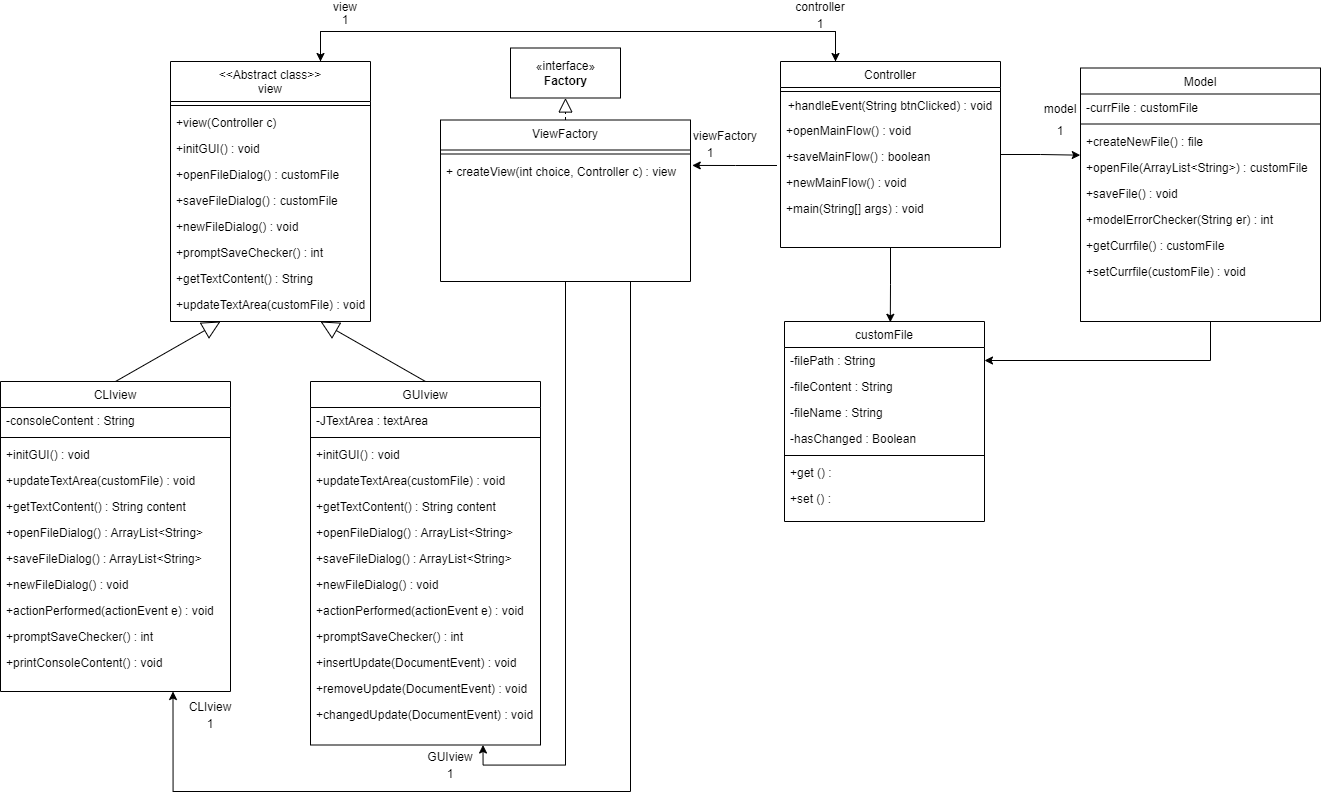
Johanced/2021-isgc08-Cederhag keeps this draw.io diagram as Laboration3/UML/design/classDiagram(Labb3).drawio.png. Above is the earlier version. Source tidied: cells renumbered, new cells last; positions are measured from the earlier drawing's top-left corner, leaving out a move shared by most shapes.
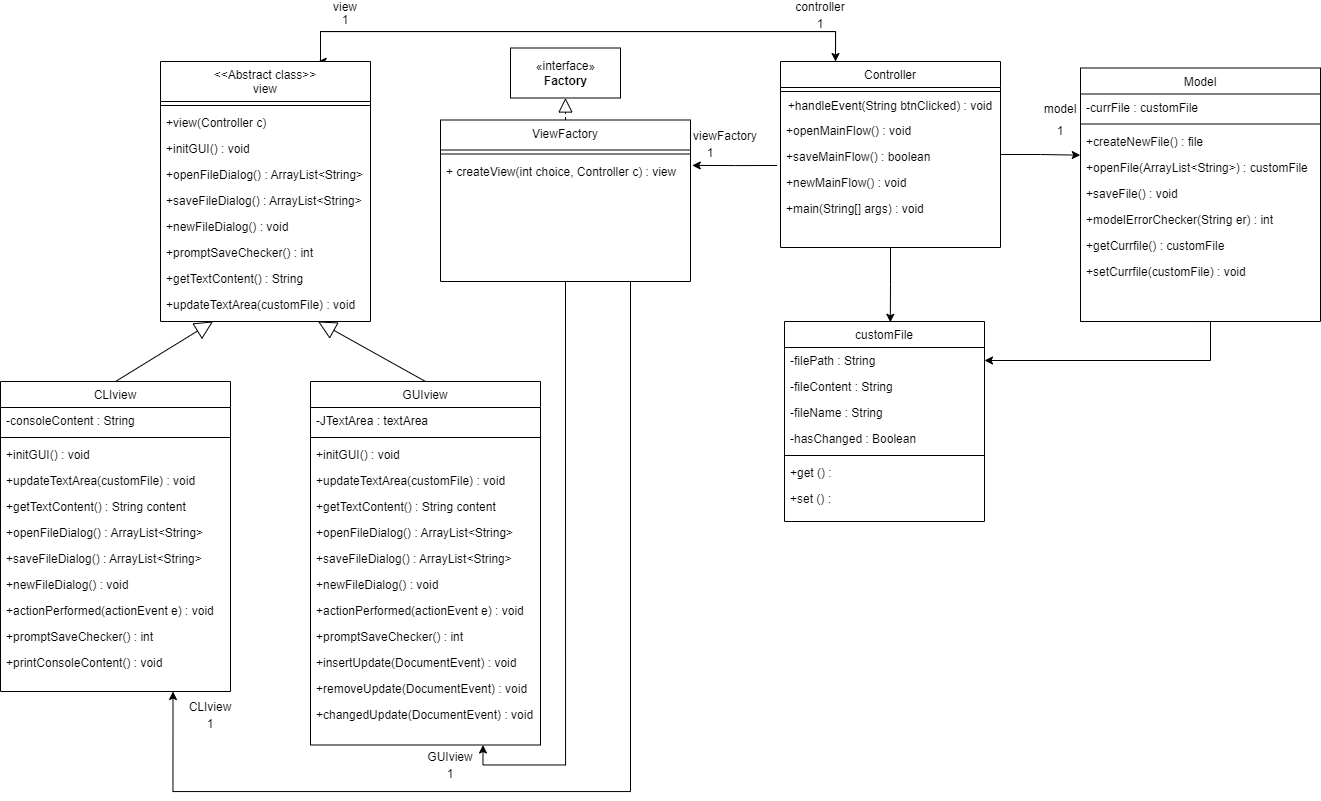
After the commit.

Commit message:
Labb3 uml changes

Change to the diagram source:
```diff
@@ -181,34 +181,34 @@
       <mxGeometry y="268" width="230" height="26" as="geometry" />
     </mxCell>
     <mxCell id="58" value="&lt;&lt;Abstract class&gt;&gt;&#10;view" style="swimlane;fontStyle=0;align=center;verticalAlign=top;horizontal=1;startSize=40;rounded=0;shadow=0;strokeWidth=1;" parent="1" vertex="1">
-      <mxGeometry x="170" y="60" width="200" height="260" as="geometry" />
+      <mxGeometry x="160" y="60" width="210" height="260" as="geometry" />
     </mxCell>
     <mxCell id="59" style="line;html=1;strokeWidth=1;align=left;verticalAlign=middle;spacingTop=-1;spacingLeft=3;spacingRight=3;labelPosition=right;" parent="58" vertex="1">
-      <mxGeometry y="40" width="200" height="8" as="geometry" />
+      <mxGeometry y="40" width="210" height="8" as="geometry" />
     </mxCell>
     <mxCell id="60" value="+view(Controller c)" style="text;align=left;verticalAlign=top;spacingLeft=4;spacingRight=4;overflow=hidden;" parent="58" vertex="1">
-      <mxGeometry y="48" width="200" height="26" as="geometry" />
+      <mxGeometry y="48" width="210" height="26" as="geometry" />
     </mxCell>
     <mxCell id="61" value="+initGUI() : void" style="text;align=left;verticalAlign=top;spacingLeft=4;spacingRight=4;overflow=hidden;" parent="58" vertex="1">
-      <mxGeometry y="74" width="200" height="26" as="geometry" />
+      <mxGeometry y="74" width="210" height="26" as="geometry" />
     </mxCell>
-    <mxCell id="62" value="+openFileDialog() : customFile" style="text;align=left;verticalAlign=top;spacingLeft=4;spacingRight=4;overflow=hidden;" parent="58" vertex="1">
-      <mxGeometry y="100" width="200" height="26" as="geometry" />
+    <mxCell id="62" value="+openFileDialog() : ArrayList&lt;String&gt;" style="text;align=left;verticalAlign=top;spacingLeft=4;spacingRight=4;overflow=hidden;" parent="58" vertex="1">
+      <mxGeometry y="100" width="210" height="26" as="geometry" />
     </mxCell>
-    <mxCell id="63" value="+saveFileDialog() : customFile" style="text;align=left;verticalAlign=top;spacingLeft=4;spacingRight=4;overflow=hidden;" parent="58" vertex="1">
-      <mxGeometry y="126" width="200" height="26" as="geometry" />
+    <mxCell id="63" value="+saveFileDialog() : ArrayList&lt;String&gt;" style="text;align=left;verticalAlign=top;spacingLeft=4;spacingRight=4;overflow=hidden;" parent="58" vertex="1">
+      <mxGeometry y="126" width="210" height="26" as="geometry" />
     </mxCell>
     <mxCell id="64" value="+newFileDialog() : void" style="text;align=left;verticalAlign=top;spacingLeft=4;spacingRight=4;overflow=hidden;" parent="58" vertex="1">
-      <mxGeometry y="152" width="200" height="26" as="geometry" />
+      <mxGeometry y="152" width="210" height="26" as="geometry" />
     </mxCell>
     <mxCell id="65" value="+promptSaveChecker() : int" style="text;align=left;verticalAlign=top;spacingLeft=4;spacingRight=4;overflow=hidden;" parent="58" vertex="1">
-      <mxGeometry y="178" width="200" height="26" as="geometry" />
+      <mxGeometry y="178" width="210" height="26" as="geometry" />
     </mxCell>
     <mxCell id="66" value="+getTextContent() : String" style="text;align=left;verticalAlign=top;spacingLeft=4;spacingRight=4;overflow=hidden;" parent="58" vertex="1">
-      <mxGeometry y="204" width="200" height="26" as="geometry" />
+      <mxGeometry y="204" width="210" height="26" as="geometry" />
     </mxCell>
     <mxCell id="67" value="+updateTextArea(customFile) : void" style="text;align=left;verticalAlign=top;spacingLeft=4;spacingRight=4;overflow=hidden;" parent="58" vertex="1">
-      <mxGeometry y="230" width="200" height="26" as="geometry" />
+      <mxGeometry y="230" width="210" height="26" as="geometry" />
     </mxCell>
     <mxCell id="68" style="endArrow=block;endSize=16;endFill=0;html=1;rounded=0;exitX=0.5;exitY=0;exitDx=0;exitDy=0;entryX=0.25;entryY=1;entryDx=0;entryDy=0;" parent="1" edge="1" source="46" target="58">
       <mxGeometry x="-0.25" y="-20" relative="1" as="geometry" />
```
